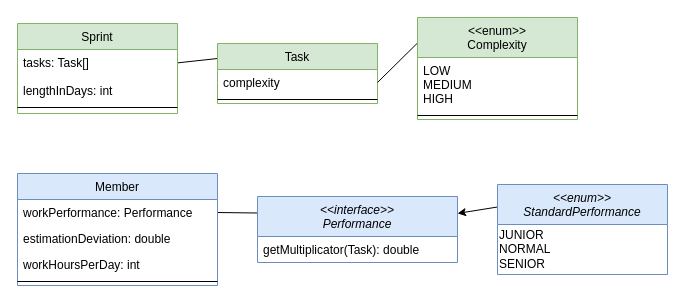
Above: readme/class-diagram.drawio in slothsoft/sprint-simulation (draw.io), before the change. Source tidied: cells renumbered, new cells numbered last; positions are measured from the earlier drawing's top-left corner, leaving out a move shared by most shapes. Both pictures are drawn from the tidied source at 100%, with x=0, y=0 at pixel (17, 17).
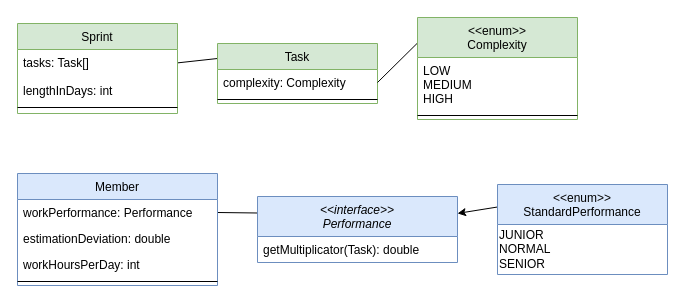
After the change.

Unchanged cells that the change refers to:
```xml
<mxCell id="8" value="Task" style="swimlane;fontStyle=0;align=center;verticalAlign=top;horizontal=1;startSize=26;rounded=0;shadow=0;strokeWidth=1;fillColor=#d5e8d4;strokeColor=#82b366;whiteSpace=wrap;" parent="1" vertex="1">
  <mxGeometry x="200" y="26" width="160" height="60" as="geometry" />
</mxCell>
```

The edit, as a diff of the source:
```diff
@@
-    <mxCell id="9" value="complexity" style="text;align=left;verticalAlign=top;spacingLeft=4;spacingRight=4;overflow=hidden;points=[[0,0.5],[1,0.5]];portConstraint=eastwest;" parent="8" vertex="1">
+    <mxCell id="9" value="complexity: Complexity" style="text;align=left;verticalAlign=top;spacingLeft=4;spacingRight=4;overflow=hidden;points=[[0,0.5],[1,0.5]];portConstraint=eastwest;" parent="8" vertex="1">
       <mxGeometry y="26" width="160" height="26" as="geometry" />
     </mxCell>
@@
-    <mxCell id="22" value="&lt;&lt;enum&gt;&gt;&#10;StandardPerformance" style="swimlane;fontStyle=2;align=center;verticalAlign=top;horizontal=1;startSize=40;rounded=0;shadow=0;strokeWidth=1;fillColor=#dae8fc;strokeColor=#6c8ebf;" parent="1" vertex="1">
+    <mxCell id="22" value="&lt;&lt;enum&gt;&gt;&#10;StandardPerformance" style="swimlane;fontStyle=0;align=center;verticalAlign=top;horizontal=1;startSize=40;rounded=0;shadow=0;strokeWidth=1;fillColor=#dae8fc;strokeColor=#6c8ebf;" parent="1" vertex="1">
       <mxGeometry x="480" y="167" width="170" height="90" as="geometry" />
     </mxCell>
```
